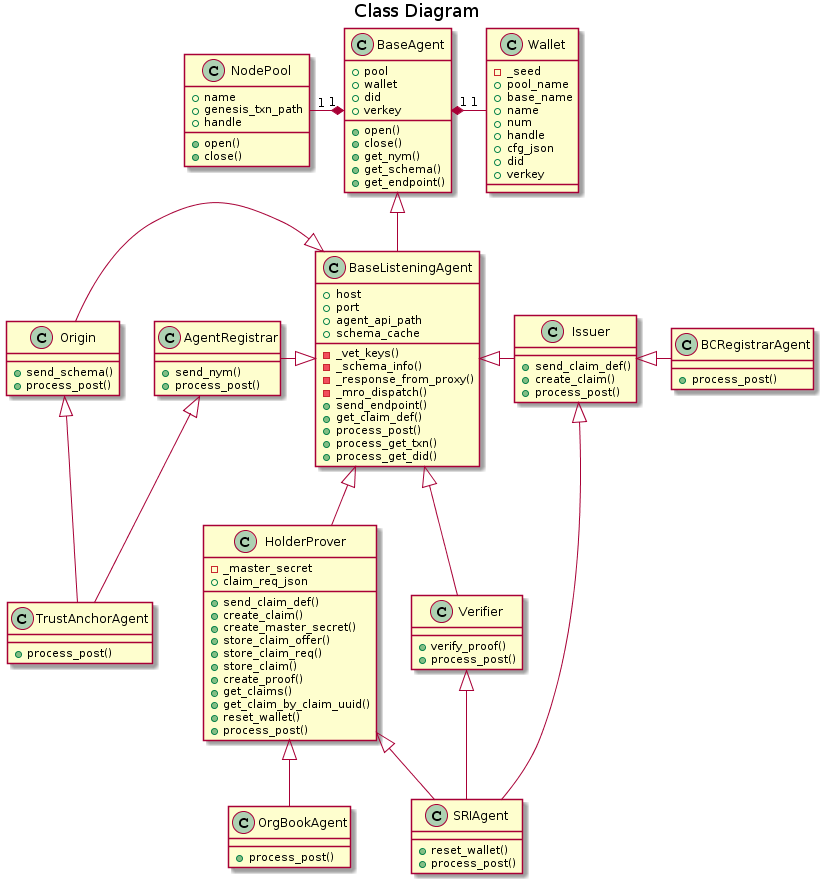
Above: doc/pic/class.png in PSPC-SPAC-buyandsell/von_base (PlantUML), before the change. Source of this version:
```plantuml
@startuml

title Class Diagram

class Wallet {
    -_seed
    +pool_name
    +base_name
    +name
    +num
    +handle
    +cfg_json
    +did
    +verkey
}

class NodePool {
    +name
    +genesis_txn_path
    +handle
    +open()
    +close()
}

class BaseAgent {
    +pool
    +wallet
    +did
    +verkey
    +open()
    +close()
    +get_nym()
    +get_schema()
    +get_endpoint()
}

class BaseListeningAgent {
    +host
    +port
    +agent_api_path
    +schema_cache
    -_vet_keys()
    -_schema_info()
    -_response_from_proxy()
    -_mro_dispatch()
    +send_endpoint()
    +get_claim_def()
    +process_post()
    +process_get_txn()
    +process_get_did()
}

class AgentRegistrar {
    +send_nym()
    +process_post()
}

class Origin {
    +send_schema()
    +process_post()
}

class Issuer {
    +send_claim_def()
    +create_claim()
    +process_post()
}

class HolderProver {
    -_master_secret
    +claim_req_json
    +send_claim_def()
    +create_claim()
    +create_master_secret()
    +store_claim_offer()
    +store_claim_req()
    +store_claim()
    +create_proof()
    +get_claims()
    +get_claim_by_claim_uuid()
    +reset_wallet()
    +process_post()
}

class Verifier {
    +verify_proof()
    +process_post()
}

class TrustAnchorAgent {
    +process_post()
}

class SRIAgent {
    +reset_wallet()
    +process_post()
}

class BCRegistrarAgent {
    +process_post()
}

class OrgBookAgent {
    +process_post()
}

BaseAgent "1" *-left- "1" NodePool
BaseAgent "1" *-right- "1" Wallet

BaseAgent <|-down- BaseListeningAgent
BaseListeningAgent <|-left- AgentRegistrar
BaseListeningAgent <|-left- Origin
BaseListeningAgent <|-right- Issuer
BaseListeningAgent <|-down- HolderProver
BaseListeningAgent <|-down- Verifier

AgentRegistrar <|-down- TrustAnchorAgent
Origin <|-down- TrustAnchorAgent

Issuer <|-right- SRIAgent
Verifier <|-down- SRIAgent
HolderProver <|- SRIAgent

Issuer <|- BCRegistrarAgent

HolderProver <|-down- OrgBookAgent
@enduml
```
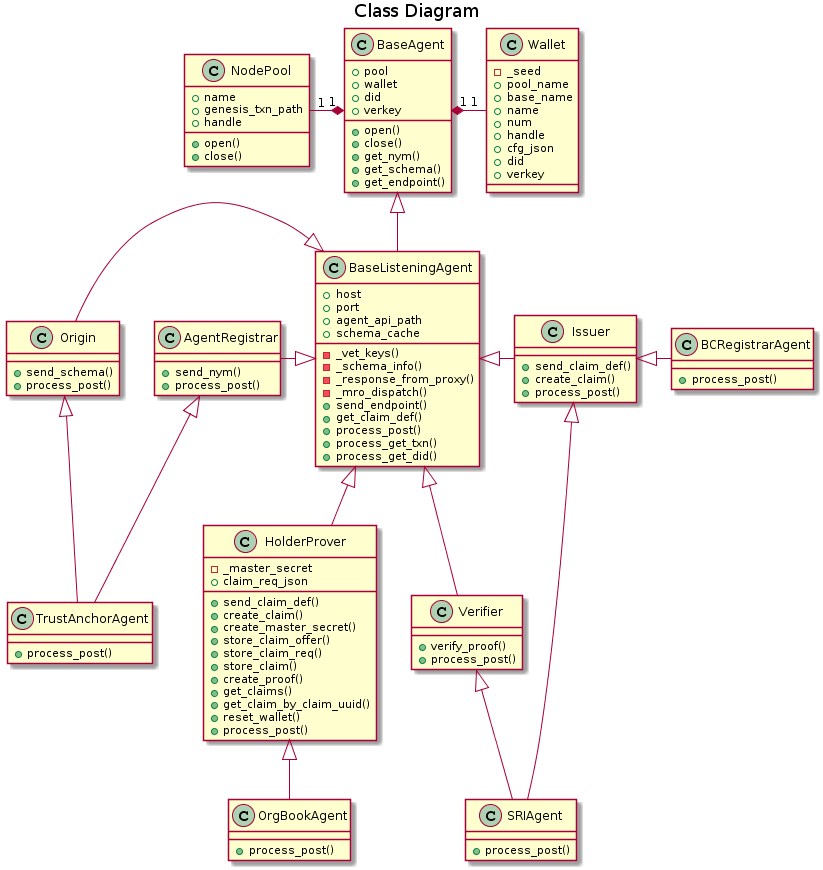
Above is the later version.

Change to the diagram source:
```diff
@@ -92,7 +92,6 @@
 }
 
 class SRIAgent {
-    +reset_wallet()
     +process_post()
 }
 
@@ -117,9 +116,8 @@
 AgentRegistrar <|-down- TrustAnchorAgent
 Origin <|-down- TrustAnchorAgent
 
-Issuer <|-right- SRIAgent
+Issuer <|-down- SRIAgent
 Verifier <|-down- SRIAgent
-HolderProver <|- SRIAgent
 
 Issuer <|- BCRegistrarAgent
 
```
